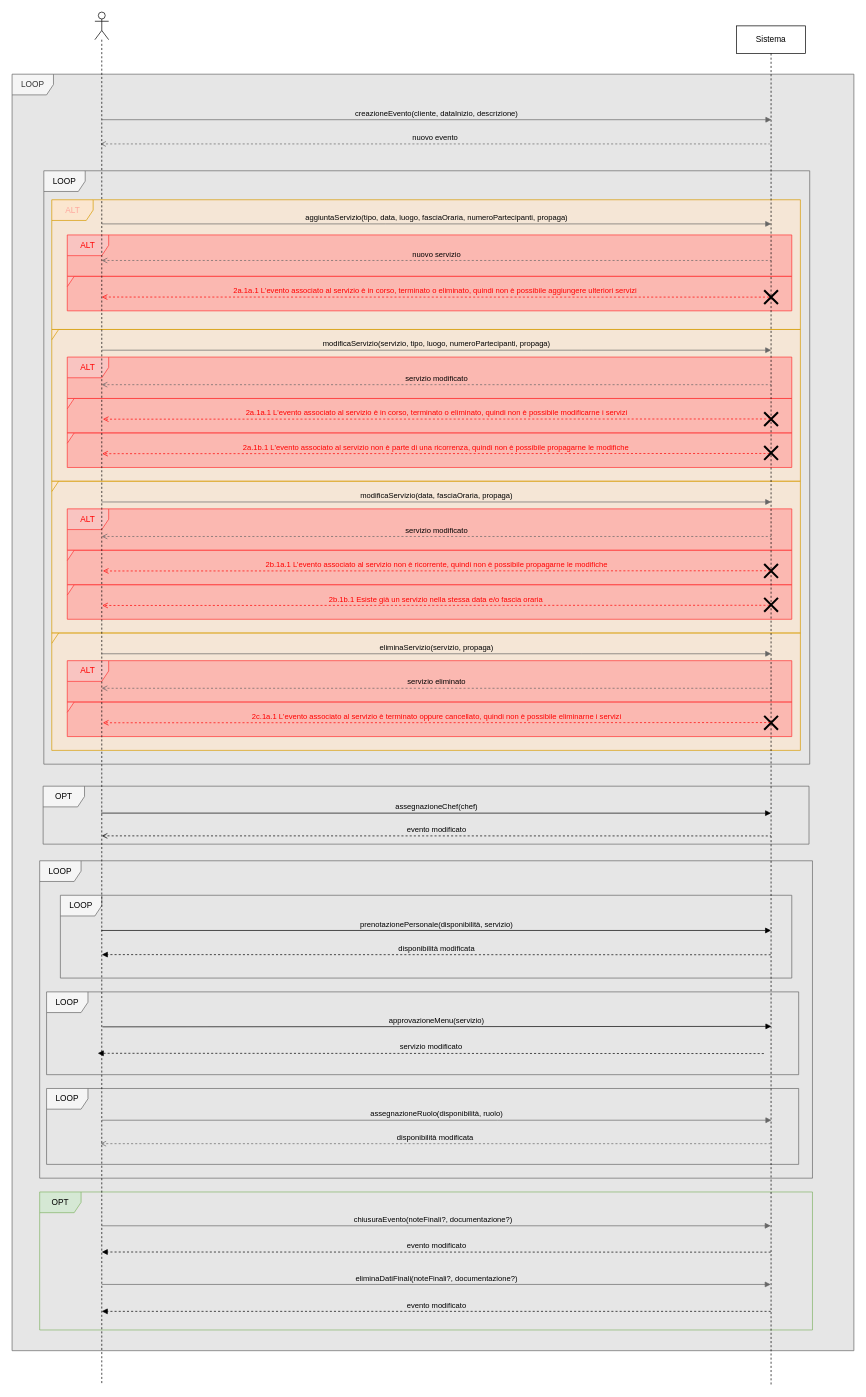
This is Requisiti/SSD/SSD_estensioni_eccezioni_passo_2.drawio from Giacca01/CateRingProject, a draw.io file, before an edit. Source tidied: cells renumbered, new cells numbered last; positions are measured from the earlier drawing's top-left corner, leaving out a move shared by most shapes. Both pictures are drawn from the tidied source at 69%, with x=0, y=0 at pixel (12, 12).
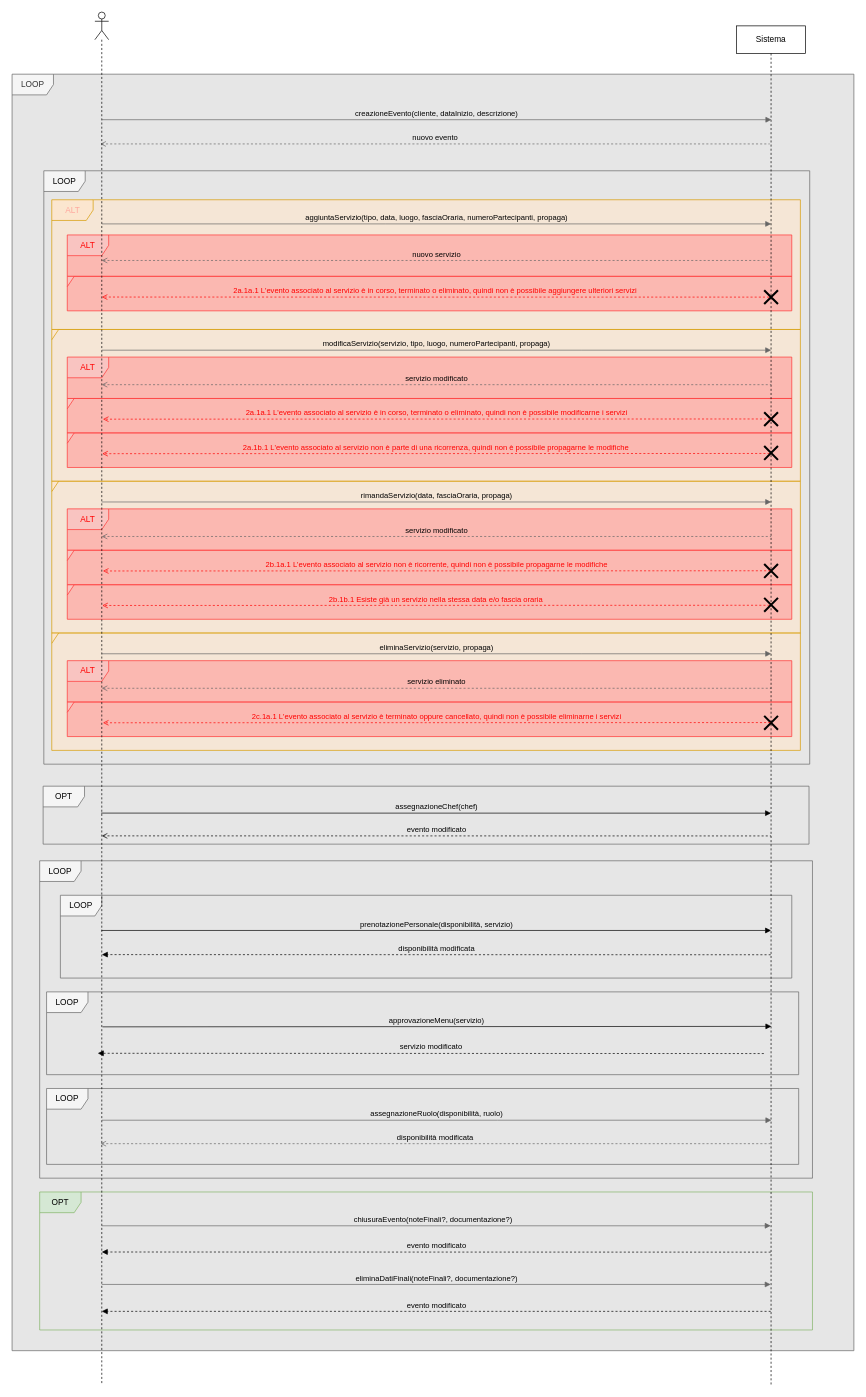
Above is the later version.

The edit, as a diff of the source:
```diff
@@
-    <mxCell id="46" value="modificaServizio(data, fasciaOraria, propaga)" style="html=1;verticalAlign=bottom;endArrow=block;edgeStyle=elbowEdgeStyle;elbow=vertical;curved=0;rounded=0;strokeColor=#666666;labelBackgroundColor=none;" parent="1" edge="1">
+    <mxCell id="46" value="rimandaServizio(data, fasciaOraria, propaga)" style="html=1;verticalAlign=bottom;endArrow=block;edgeStyle=elbowEdgeStyle;elbow=vertical;curved=0;rounded=0;strokeColor=#666666;labelBackgroundColor=none;" parent="1" edge="1">
       <mxGeometry relative="1" as="geometry">
         <mxPoint x="130" y="710" as="sourcePoint" />
         <mxPoint x="1100.2" y="710" as="targetPoint" />
         <Array as="points">
           <mxPoint x="825.8" y="710" />
           <mxPoint x="115.8" y="677" />
         </Array>
       </mxGeometry>
     </mxCell>
```
